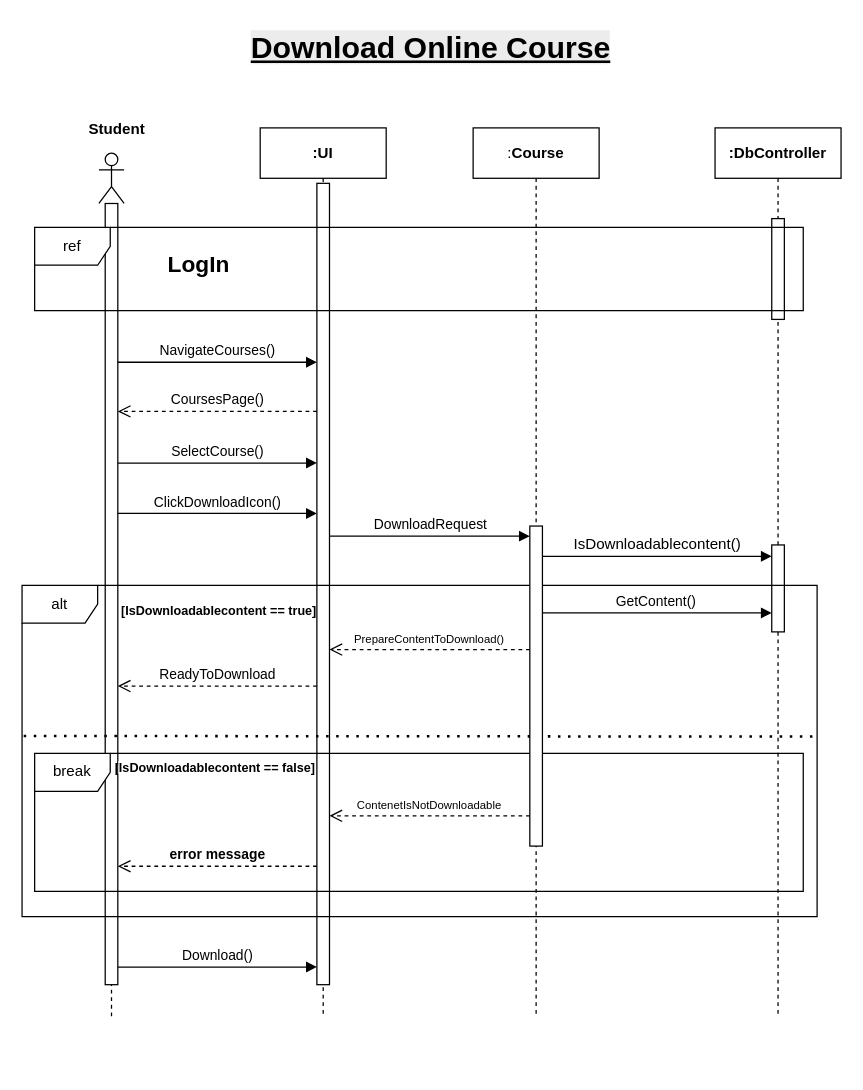
Earlier version of the draw.io diagram page "download online course" (5 of 6) of Diagrams/SequenceDiagram.drawio (Youssefmohamed430/Learning-Management-System). Source tidied: cells renumbered, new cells numbered last; positions are measured from the earlier drawing's top-left corner, leaving out a move shared by most shapes. Both pictures are drawn from the tidied source at 126%, with x=0, y=0 at pixel (21, 21).
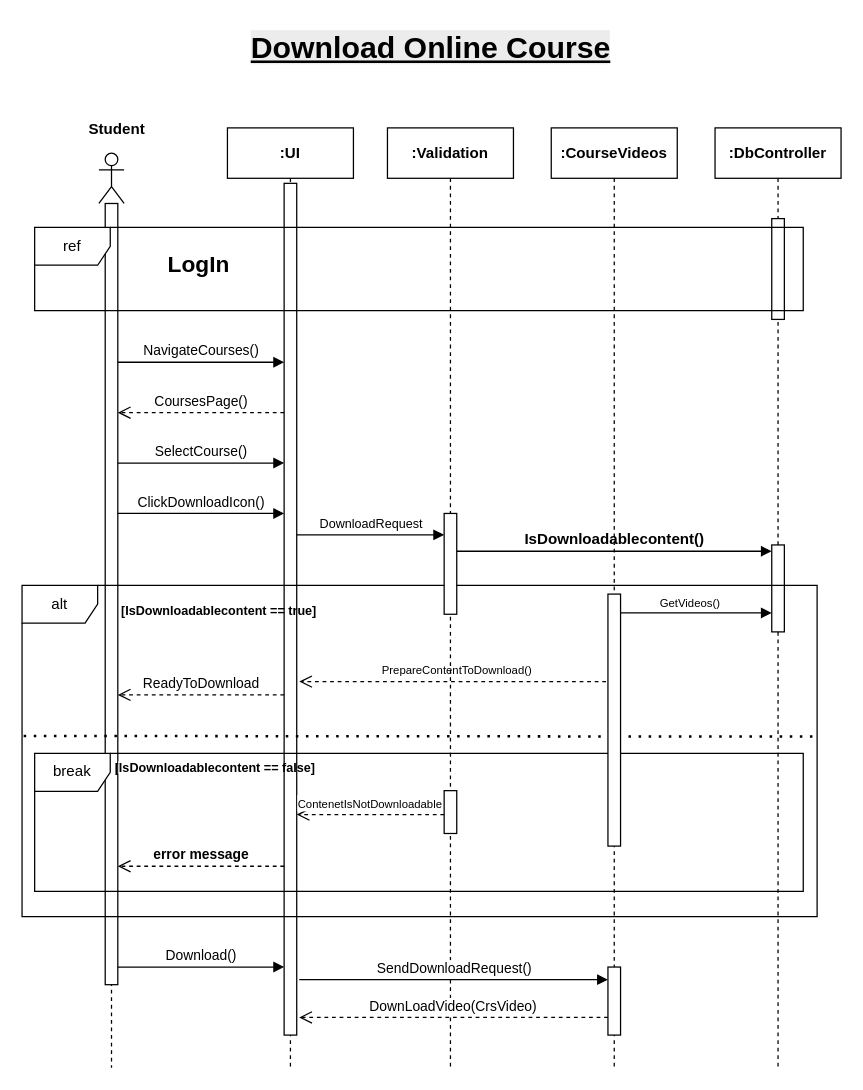
Above is the later version.

Unchanged cells that the change refers to:
```xml
<mxCell id="8" style="html=1;points=[[0,0,0,0,5],[0,1,0,0,-5],[1,0,0,0,5],[1,1,0,0,-5]];perimeter=orthogonalPerimeter;outlineConnect=0;targetShapes=umlLifeline;portConstraint=eastwest;newEdgeStyle={&quot;curved&quot;:0,&quot;rounded&quot;:0};" parent="7" vertex="1">
  <mxGeometry x="45" y="331" width="10" height="69" as="geometry" />
</mxCell>
```

Diff of the diagram source:
```diff
@@
     <mxCell id="2" value="&lt;b&gt;&lt;font style=&quot;font-size: 12px;&quot;&gt;:UI&lt;/font&gt;&lt;/b&gt;" style="shape=umlLifeline;perimeter=lifelinePerimeter;whiteSpace=wrap;html=1;newEdgeStyle={&quot;curved&quot;:0,&quot;rounded&quot;:0};" parent="1" vertex="1">
-      <mxGeometry x="189" y="84" width="100" height="706" as="geometry" />
+      <mxGeometry x="163" y="84" width="100" height="746" as="geometry" />
     </mxCell>
     <mxCell id="3" style="html=1;points=[[0,0,0,0,5],[0,1,0,0,-5],[1,0,0,0,5],[1,1,0,0,-5]];perimeter=orthogonalPerimeter;outlineConnect=0;targetShapes=umlLifeline;portConstraint=eastwest;newEdgeStyle={&quot;curved&quot;:0,&quot;rounded&quot;:0};" parent="2" vertex="1">
-      <mxGeometry x="45" y="44" width="10" height="636" as="geometry" />
+      <mxGeometry x="45" y="44" width="10" height="676" as="geometry" />
     </mxCell>
     <mxCell id="4" style="shape=umlLifeline;perimeter=lifelinePerimeter;whiteSpace=wrap;html=1;newEdgeStyle={&quot;curved&quot;:0,&quot;rounded&quot;:0};participant=umlActor;" parent="1" vertex="1">
-      <mxGeometry x="61" y="104" width="20" height="686" as="geometry" />
+      <mxGeometry x="61" y="104" width="20" height="726" as="geometry" />
     </mxCell>
@@
     <mxCell id="7" value="&lt;b&gt;:DbController&lt;/b&gt;" style="shape=umlLifeline;perimeter=lifelinePerimeter;whiteSpace=wrap;html=1;newEdgeStyle={&quot;curved&quot;:0,&quot;rounded&quot;:0};" parent="1" vertex="1">
-      <mxGeometry x="550" y="84" width="100" height="706" as="geometry" />
+      <mxGeometry x="550" y="84" width="100" height="746" as="geometry" />
     </mxCell>
@@
-    <mxCell id="11" value="&lt;span style=&quot;font-size: 12px;&quot;&gt;IsDownloadablecontent()&lt;/span&gt;" style="html=1;verticalAlign=bottom;endArrow=block;curved=0;rounded=0;" parent="1" edge="1">
-      <mxGeometry relative="1" as="geometry">
-        <mxPoint x="413" y="424" as="sourcePoint" />
-        <mxPoint x="595" y="424" as="targetPoint" />
-      </mxGeometry>
+    <mxCell id="11" value="&lt;font style=&quot;font-size: 12px;&quot;&gt;&lt;b&gt;IsDownloadablecontent()&lt;/b&gt;&lt;/font&gt;" style="html=1;verticalAlign=bottom;endArrow=block;curved=0;rounded=0;entryX=0;entryY=0;entryDx=0;entryDy=5;entryPerimeter=0;" parent="1" edge="1" source="34" target="8">
+      <mxGeometry relative="1" as="geometry" />
     </mxCell>
@@
-    <mxCell id="15" value="GetContent()" style="html=1;verticalAlign=bottom;endArrow=block;curved=0;rounded=0;" parent="1" edge="1">
-      <mxGeometry relative="1" as="geometry">
-        <mxPoint x="410" y="469" as="sourcePoint" />
+    <mxCell id="15" value="&lt;font style=&quot;font-size: 9px;&quot;&gt;GetVideos()&lt;/font&gt;" style="html=1;verticalAlign=bottom;endArrow=block;curved=0;rounded=0;" parent="1" edge="1" source="27">
+      <mxGeometry x="-0.08" y="-1" relative="1" as="geometry">
         <mxPoint x="595" y="469" as="targetPoint" />
       </mxGeometry>
     </mxCell>
-    <mxCell id="16" value="&lt;font style=&quot;font-size: 9px;&quot;&gt;PrepareContentToDownload()&lt;/font&gt;" style="html=1;verticalAlign=bottom;endArrow=open;dashed=1;endSize=8;curved=0;rounded=0;" parent="1" edge="1">
-      <mxGeometry relative="1" as="geometry">
-        <mxPoint x="403" y="498" as="sourcePoint" />
-        <mxPoint x="244" y="498" as="targetPoint" />
-      </mxGeometry>
+    <mxCell id="16" value="&lt;font style=&quot;font-size: 9px;&quot;&gt;PrepareContentToDownload()&lt;/font&gt;" style="html=1;verticalAlign=bottom;endArrow=open;dashed=1;endSize=8;curved=0;rounded=0;entryX=1.2;entryY=0.585;entryDx=0;entryDy=0;entryPerimeter=0;" parent="1" edge="1" source="26" target="3">
+      <mxGeometry relative="1" as="geometry" />
     </mxCell>
@@
-    <mxCell id="19" value="&lt;b&gt;error message&lt;/b&gt;" style="html=1;verticalAlign=bottom;endArrow=open;dashed=1;endSize=8;curved=0;rounded=0;" parent="1" edge="1">
+    <mxCell id="19" value="&lt;b&gt;error message&lt;/b&gt;" style="html=1;verticalAlign=bottom;endArrow=open;dashed=1;endSize=8;curved=0;rounded=0;" parent="1" edge="1" source="3">
       <mxGeometry relative="1" as="geometry">
-        <mxPoint x="234" y="670" as="sourcePoint" />
         <mxPoint x="76" y="670" as="targetPoint" />
       </mxGeometry>
     </mxCell>
@@
     <mxCell id="22" value="CoursesPage()" style="html=1;verticalAlign=bottom;endArrow=open;dashed=1;endSize=8;curved=0;rounded=0;" parent="1" edge="1">
       <mxGeometry relative="1" as="geometry">
-        <mxPoint x="234" y="309" as="sourcePoint" />
-        <mxPoint x="76" y="309" as="targetPoint" />
+        <mxPoint x="208" y="310" as="sourcePoint" />
+        <mxPoint x="76" y="310" as="targetPoint" />
       </mxGeometry>
     </mxCell>
-    <mxCell id="23" value="Download()" style="html=1;verticalAlign=bottom;endArrow=block;curved=0;rounded=0;" parent="1" edge="1">
+    <mxCell id="23" value="Download()" style="html=1;verticalAlign=bottom;endArrow=block;curved=0;rounded=0;" parent="1" edge="1" target="3">
       <mxGeometry relative="1" as="geometry">
         <mxPoint x="76" y="750" as="sourcePoint" />
-        <mxPoint x="234" y="750" as="targetPoint" />
       </mxGeometry>
     </mxCell>
@@
-    <mxCell id="26" value=":&lt;b&gt;Course&lt;/b&gt;" style="shape=umlLifeline;perimeter=lifelinePerimeter;whiteSpace=wrap;html=1;outlineConnect=0;portConstraint=eastwest;newEdgeStyle={&quot;curved&quot;:0,&quot;rounded&quot;:0};" parent="1" vertex="1">
-      <mxGeometry x="358" y="84" width="100" height="706" as="geometry" />
+    <mxCell id="26" value="&lt;span style=&quot;font-weight: 700;&quot;&gt;:CourseVideos&lt;/span&gt;" style="shape=umlLifeline;perimeter=lifelinePerimeter;whiteSpace=wrap;html=1;outlineConnect=0;portConstraint=eastwest;newEdgeStyle={&quot;curved&quot;:0,&quot;rounded&quot;:0};" parent="1" vertex="1">
+      <mxGeometry x="420" y="84" width="100" height="746" as="geometry" />
     </mxCell>
     <mxCell id="27" style="html=1;points=[[0,0,0,0,5],[0,1,0,0,-5],[1,0,0,0,5],[1,1,0,0,-5]];perimeter=orthogonalPerimeter;outlineConnect=0;targetShapes=umlLifeline;portConstraint=eastwest;newEdgeStyle={&quot;curved&quot;:0,&quot;rounded&quot;:0};" parent="26" vertex="1">
-      <mxGeometry x="45" y="316" width="10" height="254" as="geometry" />
+      <mxGeometry x="45" y="370" width="10" height="200" as="geometry" />
     </mxCell>
+    <mxCell id="32" style="html=1;points=[[0,0,0,0,5],[0,1,0,0,-5],[1,0,0,0,5],[1,1,0,0,-5]];perimeter=orthogonalPerimeter;outlineConnect=0;targetShapes=umlLifeline;portConstraint=eastwest;newEdgeStyle={&quot;curved&quot;:0,&quot;rounded&quot;:0};" parent="26" vertex="1">
+      <mxGeometry x="45" y="666" width="10" height="54" as="geometry" />
+    </mxCell>
@@
-    <mxCell id="29" value="DownloadRequest" style="html=1;verticalAlign=bottom;endArrow=block;curved=0;rounded=0;" parent="1" edge="1">
+    <mxCell id="29" value="&lt;font style=&quot;font-size: 10px;&quot;&gt;DownloadRequest&lt;/font&gt;" style="html=1;verticalAlign=bottom;endArrow=block;curved=0;rounded=0;" parent="1" edge="1">
       <mxGeometry relative="1" as="geometry">
-        <mxPoint x="244" y="408" as="sourcePoint" />
-        <mxPoint x="403" y="408" as="targetPoint" />
+        <mxPoint x="218" y="407" as="sourcePoint" />
+        <mxPoint x="335" y="407" as="targetPoint" />
       </mxGeometry>
     </mxCell>
     <mxCell id="30" value="ReadyToDownload" style="html=1;verticalAlign=bottom;endArrow=open;dashed=1;endSize=8;curved=0;rounded=0;" parent="1" edge="1">
       <mxGeometry relative="1" as="geometry">
-        <mxPoint x="234" y="527" as="sourcePoint" />
-        <mxPoint x="76" y="527" as="targetPoint" />
+        <mxPoint x="208" y="534" as="sourcePoint" />
+        <mxPoint x="76" y="534" as="targetPoint" />
       </mxGeometry>
     </mxCell>
     <mxCell id="31" value="&lt;font style=&quot;font-size: 9px;&quot;&gt;ContenetIsNotDownloadable&lt;/font&gt;" style="html=1;verticalAlign=bottom;endArrow=open;dashed=1;endSize=8;curved=0;rounded=0;" parent="1" edge="1">
       <mxGeometry relative="1" as="geometry">
-        <mxPoint x="403" y="630" as="sourcePoint" />
-        <mxPoint x="244" y="630" as="targetPoint" />
+        <mxPoint x="335" y="629" as="sourcePoint" />
+        <mxPoint x="218" y="629" as="targetPoint" />
       </mxGeometry>
     </mxCell>
+    <mxCell id="33" value="&lt;b&gt;:Validation&lt;/b&gt;" style="shape=umlLifeline;perimeter=lifelinePerimeter;whiteSpace=wrap;html=1;newEdgeStyle={&quot;curved&quot;:0,&quot;rounded&quot;:0};" parent="1" vertex="1">
+      <mxGeometry x="290" y="84" width="100" height="746" as="geometry" />
+    </mxCell>
+    <mxCell id="34" style="html=1;points=[[0,0,0,0,5],[0,1,0,0,-5],[1,0,0,0,5],[1,1,0,0,-5]];perimeter=orthogonalPerimeter;outlineConnect=0;targetShapes=umlLifeline;portConstraint=eastwest;newEdgeStyle={&quot;curved&quot;:0,&quot;rounded&quot;:0};" parent="33" vertex="1">
+      <mxGeometry x="45" y="306" width="10" height="80" as="geometry" />
+    </mxCell>
+    <mxCell id="35" style="html=1;perimeter=orthogonalPerimeter;targetShapes=umlLifeline;newEdgeStyle={&quot;curved&quot;:0,&quot;rounded&quot;:0};" parent="33" vertex="1">
+      <mxGeometry x="45" y="526" width="10" height="34" as="geometry" />
+    </mxCell>
+    <mxCell id="36" value="SendDownloadRequest()" style="html=1;verticalAlign=bottom;endArrow=block;curved=0;rounded=0;" parent="1" edge="1" target="32">
+      <mxGeometry relative="1" as="geometry">
+        <mxPoint x="220" y="760" as="sourcePoint" />
+      </mxGeometry>
+    </mxCell>
+    <mxCell id="37" value="DownLoadVideo(CrsVideo)" style="html=1;verticalAlign=bottom;endArrow=open;dashed=1;endSize=8;curved=0;rounded=0;" parent="1" edge="1" source="32">
+      <mxGeometry relative="1" as="geometry">
+        <mxPoint x="220" y="790" as="targetPoint" />
+      </mxGeometry>
+    </mxCell>
```
